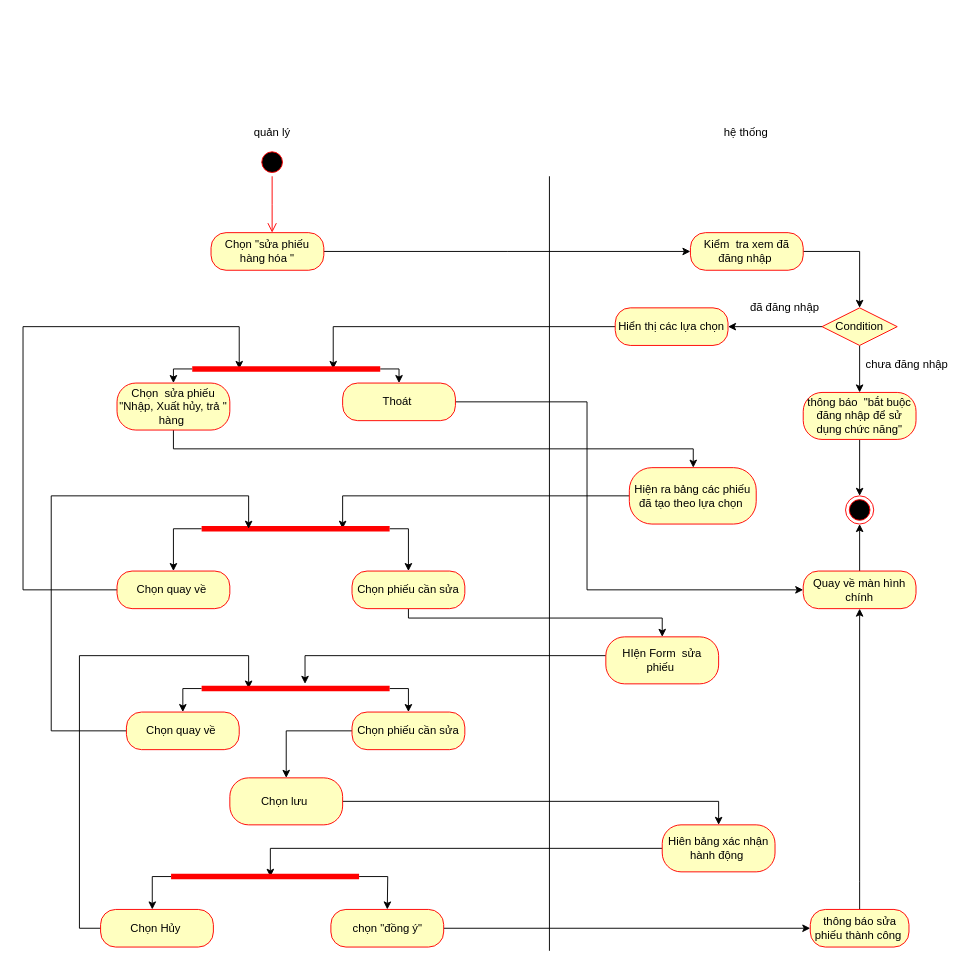
Earlier version of the draw.io diagram page "Sửa phiếu" (17 of 19) of Untitled Diagram.drawio (sonha1/aaaa). Source tidied: cells renumbered, new cells numbered last; positions are measured from the earlier drawing's top-left corner, leaving out a move shared by most shapes. Both pictures are drawn from the tidied source at 94%, with x=0, y=0 at pixel (23, 119).
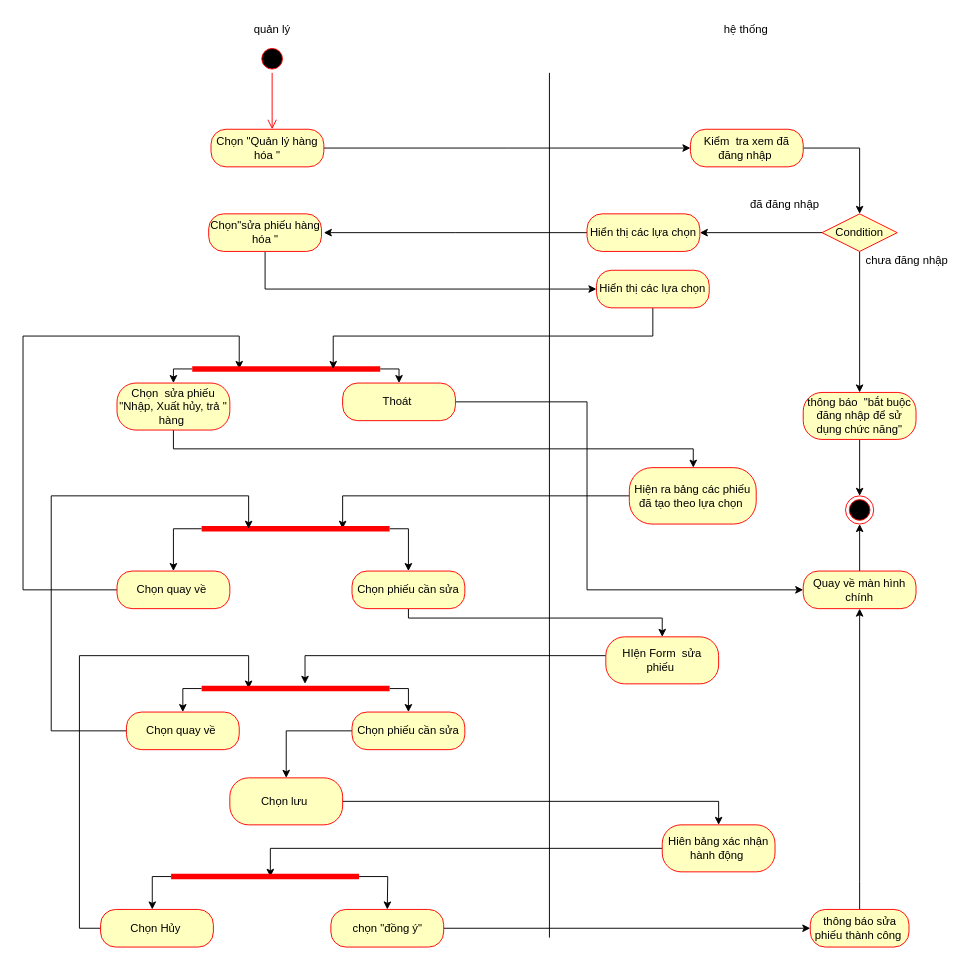
The same page after the edit.

Unchanged cells that the change refers to:
```xml
<mxCell id="27" value="Chọn quay về&amp;nbsp;" style="rounded=1;whiteSpace=wrap;html=1;arcSize=40;fontColor=#000000;fillColor=#ffffc0;strokeColor=#ff0000;" parent="1" vertex="1">
  <mxGeometry x="100" y="480" width="120" height="40" as="geometry" />
</mxCell>
<mxCell id="49" style="shape=line;html=1;strokeWidth=6;strokeColor=#ff0000;" parent="1" vertex="1">
  <mxGeometry x="180" y="260" width="200" height="10" as="geometry" />
</mxCell>
```

The edit, as a diff of the source:
```diff
@@
     <mxCell id="2" value="quản lý" style="text;strokeColor=none;fillColor=none;align=left;verticalAlign=top;spacingLeft=4;spacingRight=4;overflow=hidden;" parent="1" vertex="1">
-      <mxGeometry x="240" width="100" height="26" as="geometry" />
+      <mxGeometry x="240" y="-110" width="100" height="26" as="geometry" />
     </mxCell>
     <mxCell id="3" value="hệ thống" style="text;strokeColor=none;fillColor=none;align=left;verticalAlign=top;spacingLeft=4;spacingRight=4;overflow=hidden;" parent="1" vertex="1">
-      <mxGeometry x="740" width="100" height="26" as="geometry" />
+      <mxGeometry x="740" y="-110" width="100" height="26" as="geometry" />
     </mxCell>
     <mxCell id="4" style="endArrow=none;html=1;edgeStyle=orthogonalEdgeStyle;rounded=0;" parent="1" edge="1">
       <mxGeometry relative="1" as="geometry">
-        <mxPoint x="560" y="884" as="sourcePoint" />
-        <mxPoint x="560" y="60" as="targetPoint" />
+        <mxPoint x="560" y="870" as="sourcePoint" />
+        <mxPoint x="560" y="-50" as="targetPoint" />
         <Array as="points">
-          <mxPoint x="560" y="60" />
+          <mxPoint x="560" y="-50" />
         </Array>
       </mxGeometry>
     </mxCell>
     <mxCell id="5" style="ellipse;html=1;shape=startState;fillColor=#000000;strokeColor=#ff0000;" parent="1" vertex="1">
-      <mxGeometry x="250" y="30" width="30" height="30" as="geometry" />
+      <mxGeometry x="250" y="-80" width="30" height="30" as="geometry" />
     </mxCell>
     <mxCell id="6" style="edgeStyle=orthogonalEdgeStyle;html=1;verticalAlign=bottom;endArrow=open;endSize=8;strokeColor=#ff0000;rounded=0;" parent="1" edge="1" source="5">
       <mxGeometry relative="1" as="geometry">
-        <mxPoint x="265" y="120" as="targetPoint" />
+        <mxPoint x="265" y="10" as="targetPoint" />
       </mxGeometry>
     </mxCell>
     <mxCell id="7" style="edgeStyle=orthogonalEdgeStyle;rounded=0;jettySize=auto;html=1;" parent="1" edge="1" source="8">
       <mxGeometry relative="1" as="geometry">
-        <mxPoint x="710" y="140" as="targetPoint" />
+        <mxPoint x="710" y="30" as="targetPoint" />
       </mxGeometry>
     </mxCell>
-    <mxCell id="8" value="Chọn &quot;sửa phiếu hàng hóa &quot;" style="rounded=1;whiteSpace=wrap;html=1;arcSize=40;fontColor=#000000;fillColor=#ffffc0;strokeColor=#ff0000;" parent="1" vertex="1">
-      <mxGeometry x="200" y="120" width="120" height="40" as="geometry" />
+    <mxCell id="8" value="Chọn &quot;Quản lý hàng hóa &quot;" style="rounded=1;whiteSpace=wrap;html=1;arcSize=40;fontColor=#000000;fillColor=#ffffc0;strokeColor=#ff0000;" parent="1" vertex="1">
+      <mxGeometry x="200" y="10" width="120" height="40" as="geometry" />
     </mxCell>
@@
     <mxCell id="10" value="Kiểm&amp;nbsp; tra xem đã đăng nhập&amp;nbsp;" style="rounded=1;whiteSpace=wrap;html=1;arcSize=40;fontColor=#000000;fillColor=#ffffc0;strokeColor=#ff0000;" parent="1" vertex="1">
-      <mxGeometry x="710" y="120" width="120" height="40" as="geometry" />
+      <mxGeometry x="710" y="10" width="120" height="40" as="geometry" />
     </mxCell>
@@
     <mxCell id="13" value="Condition" style="rhombus;whiteSpace=wrap;html=1;fillColor=#ffffc0;strokeColor=#ff0000;" parent="1" vertex="1">
-      <mxGeometry x="850" y="200" width="80" height="40" as="geometry" />
+      <mxGeometry x="850" y="100" width="80" height="40" as="geometry" />
     </mxCell>
-    <mxCell id="14" style="edgeStyle=orthogonalEdgeStyle;rounded=0;jettySize=auto;html=1;entryX=0.75;entryY=0.5;entryDx=0;entryDy=0;entryPerimeter=0;" parent="1" edge="1" source="15" target="49">
-      <mxGeometry relative="1" as="geometry">
-        <Array as="points">
-          <mxPoint x="330" y="220" />
-        </Array>
-      </mxGeometry>
-    </mxCell>
+    <mxCell id="61" style="edgeStyle=orthogonalEdgeStyle;rounded=0;jettySize=auto;html=1;" parent="1" edge="1" source="15">
+      <mxGeometry relative="1" as="geometry">
+        <mxPoint x="320" y="120" as="targetPoint" />
+      </mxGeometry>
+    </mxCell>
     <mxCell id="15" value="Hiển thị các lựa chọn" style="rounded=1;whiteSpace=wrap;html=1;arcSize=40;fontColor=#000000;fillColor=#ffffc0;strokeColor=#ff0000;" parent="1" vertex="1">
-      <mxGeometry x="630" y="200" width="120" height="40" as="geometry" />
+      <mxGeometry x="600" y="100" width="120" height="40" as="geometry" />
     </mxCell>
     <mxCell id="16" value="đã đăng nhập" style="text;html=1;align=center;verticalAlign=middle;strokeColor=none;fillColor=none;" parent="1" vertex="1">
-      <mxGeometry x="765" y="190" width="90" height="20" as="geometry" />
+      <mxGeometry x="765" y="80" width="90" height="20" as="geometry" />
     </mxCell>
@@
     <mxCell id="26" style="edgeStyle=orthogonalEdgeStyle;rounded=0;jettySize=auto;html=1;entryX=0.25;entryY=0.5;entryDx=0;entryDy=0;entryPerimeter=0;" parent="1" edge="1" source="27" target="49">
       <mxGeometry relative="1" as="geometry">
         <Array as="points">
           <mxPoint y="500" />
-          <mxPoint y="220" />
-          <mxPoint x="230" y="220" />
+          <mxPoint y="230" />
+          <mxPoint x="230" y="230" />
         </Array>
       </mxGeometry>
     </mxCell>
@@
     <mxCell id="32" value="chưa đăng nhập" style="text;html=1;align=center;verticalAlign=middle;strokeColor=none;fillColor=none;" parent="1" vertex="1">
-      <mxGeometry x="890" y="250" width="100" height="20" as="geometry" />
+      <mxGeometry x="890" y="140" width="100" height="20" as="geometry" />
     </mxCell>
@@
+    <mxCell id="62" style="edgeStyle=orthogonalEdgeStyle;rounded=0;jettySize=auto;html=1;entryX=0;entryY=0.5;entryDx=0;entryDy=0;" parent="1" edge="1" source="63" target="65">
+      <mxGeometry relative="1" as="geometry">
+        <Array as="points">
+          <mxPoint x="258" y="180" />
+        </Array>
+      </mxGeometry>
+    </mxCell>
+    <mxCell id="63" value="Chọn&quot;sửa phiếu hàng hóa &quot;" style="rounded=1;whiteSpace=wrap;html=1;arcSize=40;fontColor=#000000;fillColor=#ffffc0;strokeColor=#ff0000;" parent="1" vertex="1">
+      <mxGeometry x="197.5" y="100" width="120" height="40" as="geometry" />
+    </mxCell>
+    <mxCell id="64" style="edgeStyle=orthogonalEdgeStyle;rounded=0;jettySize=auto;html=1;entryX=0.75;entryY=0.5;entryDx=0;entryDy=0;entryPerimeter=0;" parent="1" edge="1" source="65" target="49">
+      <mxGeometry relative="1" as="geometry">
+        <Array as="points">
+          <mxPoint x="670" y="230" />
+          <mxPoint x="330" y="230" />
+        </Array>
+      </mxGeometry>
+    </mxCell>
+    <mxCell id="65" value="Hiển thị các lựa chọn" style="rounded=1;whiteSpace=wrap;html=1;arcSize=40;fontColor=#000000;fillColor=#ffffc0;strokeColor=#ff0000;" parent="1" vertex="1">
+      <mxGeometry x="610" y="160" width="120" height="40" as="geometry" />
+    </mxCell>
```
